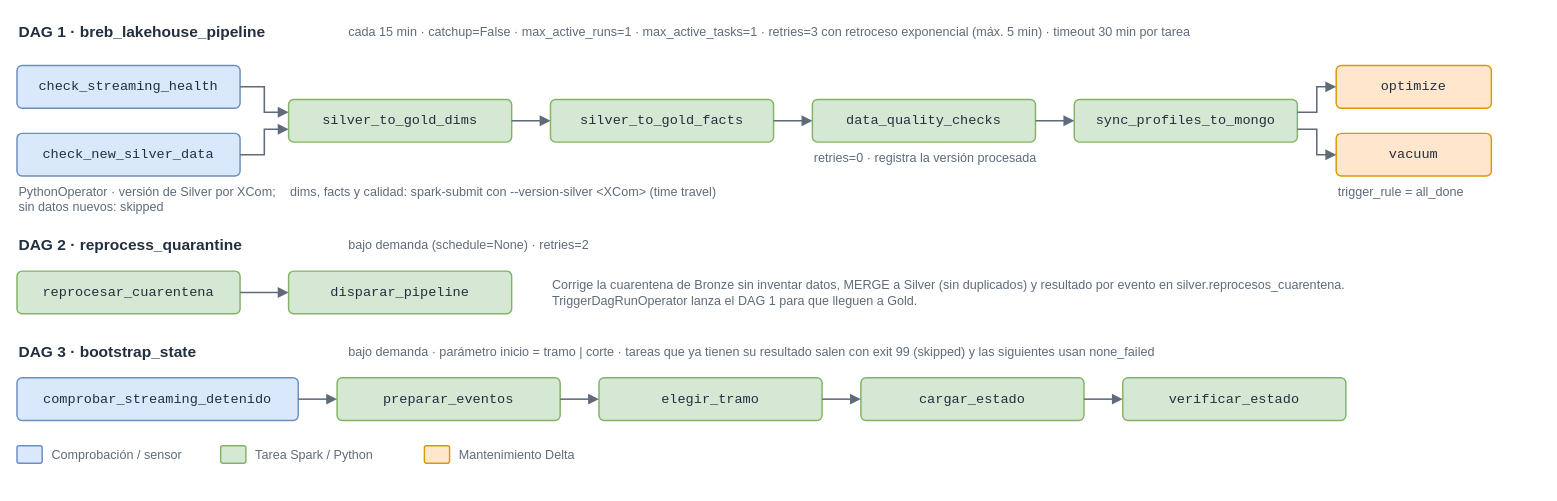
This is docs/arquitectura/dags_airflow.drawio from Sebaxdenc/breb-fraude, a draw.io file, before an edit. Source tidied: cells renumbered, new cells numbered last; positions are measured from the earlier drawing's top-left corner, leaving out a move shared by most shapes. Both pictures are drawn from the tidied source at 97%, with x=0, y=0 at pixel (16, 16).
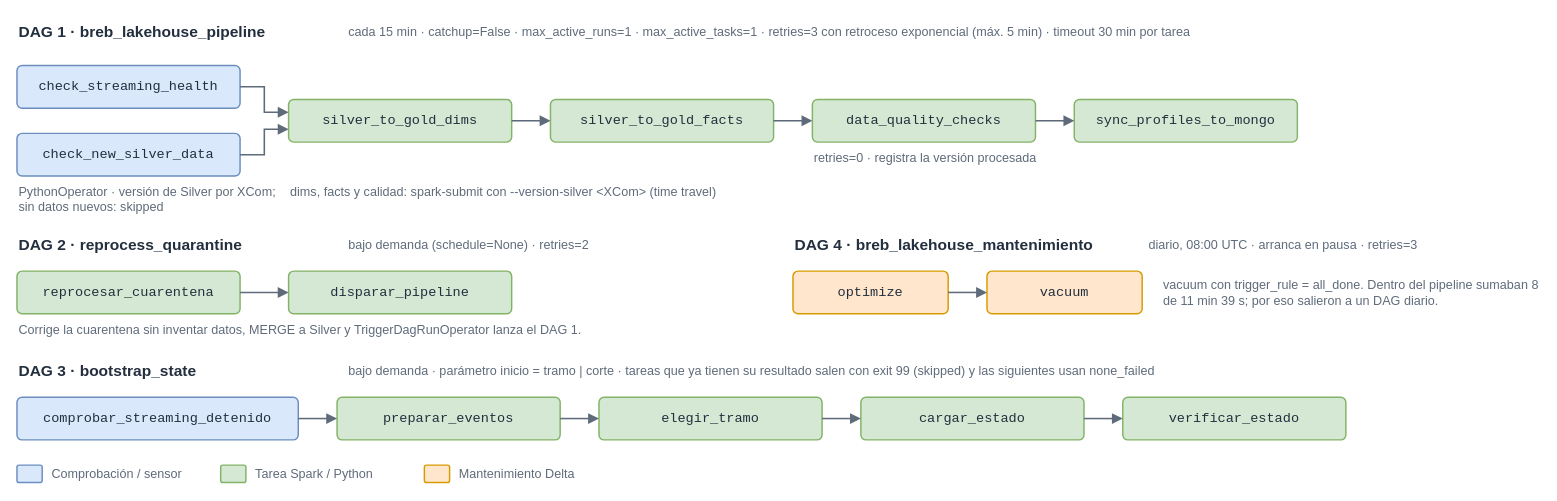
The same page after the edit.

The change refers to these unchanged cells:
```xml
<mxCell id="11" value="sync_profiles_to_mongo" style="rounded=1;arcSize=12;whiteSpace=wrap;html=1;fontFamily=Courier New;fontSize=14;fontColor=#232F3E;strokeWidth=1.5;fillColor=#D5E8D4;strokeColor=#82B366;" parent="1" vertex="1">
  <mxGeometry x="1090" y="85" width="230" height="44" as="geometry" />
</mxCell>
```

The edit, as a diff of the source:
```diff
@@
-    <mxCell id="12" value="optimize" style="rounded=1;arcSize=12;whiteSpace=wrap;html=1;fontFamily=Courier New;fontSize=14;fontColor=#232F3E;strokeWidth=1.5;fillColor=#FFE6CC;strokeColor=#D79B00;" parent="1" vertex="1">
-      <mxGeometry x="1360" y="50" width="160" height="44" as="geometry" />
-    </mxCell>
-    <mxCell id="13" value="vacuum" style="rounded=1;arcSize=12;whiteSpace=wrap;html=1;fontFamily=Courier New;fontSize=14;fontColor=#232F3E;strokeWidth=1.5;fillColor=#FFE6CC;strokeColor=#D79B00;" parent="1" vertex="1">
-      <mxGeometry x="1360" y="120" width="160" height="44" as="geometry" />
-    </mxCell>
-    <mxCell id="14" value="trigger_rule = all_done" style="text;html=1;align=left;verticalAlign=middle;fontSize=13;fontColor=#5F6B7A;fontFamily=Helvetica;whiteSpace=wrap;" parent="1" vertex="1">
-      <mxGeometry x="1360" y="168" width="200" height="24" as="geometry" />
-    </mxCell>
@@
-    <mxCell id="21" style="edgeStyle=orthogonalEdgeStyle;rounded=0;html=1;endArrow=block;endFill=1;endSize=7;strokeColor=#5F6B7A;strokeWidth=1.6;exitX=1;exitY=0.3;exitDx=0;exitDy=0;entryX=0;entryY=0.5;entryDx=0;entryDy=0;" parent="1" edge="1" source="11" target="12">
-      <mxGeometry relative="1" as="geometry" />
-    </mxCell>
-    <mxCell id="22" style="edgeStyle=orthogonalEdgeStyle;rounded=0;html=1;endArrow=block;endFill=1;endSize=7;strokeColor=#5F6B7A;strokeWidth=1.6;exitX=1;exitY=0.7;exitDx=0;exitDy=0;entryX=0;entryY=0.5;entryDx=0;entryDy=0;" parent="1" edge="1" source="11" target="13">
-      <mxGeometry relative="1" as="geometry" />
-    </mxCell>
@@
     <mxCell id="24" value="bajo demanda (schedule=None) · retries=2" style="text;html=1;align=left;verticalAlign=middle;fontSize=13;fontColor=#5F6B7A;fontFamily=Helvetica;whiteSpace=wrap;" parent="1" vertex="1">
-      <mxGeometry x="340" y="220" width="600" height="30" as="geometry" />
+      <mxGeometry x="340" y="220" width="420" height="30" as="geometry" />
     </mxCell>
@@
-    <mxCell id="27" value="Corrige la cuarentena de Bronze sin inventar datos, MERGE a Silver (sin duplicados) y resultado por evento en silver.reprocesos_cuarentena. TriggerDagRunOperator lanza el DAG 1 para que lleguen a Gold." style="text;html=1;align=left;verticalAlign=middle;fontSize=13;fontColor=#5F6B7A;fontFamily=Helvetica;whiteSpace=wrap;" parent="1" vertex="1">
-      <mxGeometry x="550" y="256" width="900" height="56" as="geometry" />
+    <mxCell id="27" value="Corrige la cuarentena sin inventar datos, MERGE a Silver y TriggerDagRunOperator lanza el DAG 1." style="text;html=1;align=left;verticalAlign=middle;fontSize=13;fontColor=#5F6B7A;fontFamily=Helvetica;whiteSpace=wrap;" parent="1" vertex="1">
+      <mxGeometry y="310" width="760" height="24" as="geometry" />
     </mxCell>
+    <mxCell id="46" value="DAG 4 · breb_lakehouse_mantenimiento" style="text;html=1;align=left;verticalAlign=middle;fontSize=16;fontStyle=1;fontColor=#232F3E;fontFamily=Helvetica;" parent="1" vertex="1">
+      <mxGeometry x="800" y="220" width="360" height="30" as="geometry" />
+    </mxCell>
+    <mxCell id="47" value="diario, 08:00 UTC · arranca en pausa · retries=3" style="text;html=1;align=left;verticalAlign=middle;fontSize=13;fontColor=#5F6B7A;fontFamily=Helvetica;whiteSpace=wrap;" parent="1" vertex="1">
+      <mxGeometry x="1165" y="220" width="400" height="30" as="geometry" />
+    </mxCell>
+    <mxCell id="12" value="optimize" style="rounded=1;arcSize=12;whiteSpace=wrap;html=1;fontFamily=Courier New;fontSize=14;fontColor=#232F3E;strokeWidth=1.5;fillColor=#FFE6CC;strokeColor=#D79B00;" parent="1" vertex="1">
+      <mxGeometry x="800" y="262" width="160" height="44" as="geometry" />
+    </mxCell>
+    <mxCell id="13" value="vacuum" style="rounded=1;arcSize=12;whiteSpace=wrap;html=1;fontFamily=Courier New;fontSize=14;fontColor=#232F3E;strokeWidth=1.5;fillColor=#FFE6CC;strokeColor=#D79B00;" parent="1" vertex="1">
+      <mxGeometry x="1000" y="262" width="160" height="44" as="geometry" />
+    </mxCell>
+    <mxCell id="48" value="vacuum con trigger_rule = all_done. Dentro del pipeline sumaban 8 de 11 min 39 s; por eso salieron a un DAG diario." style="text;html=1;align=left;verticalAlign=middle;fontSize=13;fontColor=#5F6B7A;fontFamily=Helvetica;whiteSpace=wrap;" parent="1" vertex="1">
+      <mxGeometry x="1180" y="256" width="390" height="56" as="geometry" />
+    </mxCell>
+    <mxCell id="49" style="edgeStyle=orthogonalEdgeStyle;rounded=0;html=1;endArrow=block;endFill=1;endSize=7;strokeColor=#5F6B7A;strokeWidth=1.6;exitX=1;exitY=0.5;exitDx=0;exitDy=0;entryX=0;entryY=0.5;entryDx=0;entryDy=0;" parent="1" edge="1" source="12" target="13">
+      <mxGeometry relative="1" as="geometry" />
+    </mxCell>
@@
     <mxCell id="29" value="DAG 3 · bootstrap_state" style="text;html=1;align=left;verticalAlign=middle;fontSize=16;fontStyle=1;fontColor=#232F3E;fontFamily=Helvetica;" parent="1" vertex="1">
-      <mxGeometry y="330" width="330" height="30" as="geometry" />
+      <mxGeometry y="350" width="330" height="30" as="geometry" />
     </mxCell>
     <mxCell id="30" value="bajo demanda · parámetro inicio = tramo | corte · tareas que ya tienen su resultado salen con exit 99 (skipped) y las siguientes usan none_failed" style="text;html=1;align=left;verticalAlign=middle;fontSize=13;fontColor=#5F6B7A;fontFamily=Helvetica;whiteSpace=wrap;" parent="1" vertex="1">
-      <mxGeometry x="340" y="330" width="1200" height="30" as="geometry" />
+      <mxGeometry x="340" y="350" width="1200" height="30" as="geometry" />
     </mxCell>
     <mxCell id="31" value="comprobar_streaming_detenido" style="rounded=1;arcSize=12;whiteSpace=wrap;html=1;fontFamily=Courier New;fontSize=14;fontColor=#232F3E;strokeWidth=1.5;fillColor=#DAE8FC;strokeColor=#6C8EBF;" parent="1" vertex="1">
-      <mxGeometry y="372" width="290" height="44" as="geometry" />
+      <mxGeometry y="392" width="290" height="44" as="geometry" />
     </mxCell>
     <mxCell id="32" value="preparar_eventos" style="rounded=1;arcSize=12;whiteSpace=wrap;html=1;fontFamily=Courier New;fontSize=14;fontColor=#232F3E;strokeWidth=1.5;fillColor=#D5E8D4;strokeColor=#82B366;" parent="1" vertex="1">
-      <mxGeometry x="330" y="372" width="230" height="44" as="geometry" />
+      <mxGeometry x="330" y="392" width="230" height="44" as="geometry" />
     </mxCell>
     <mxCell id="33" value="elegir_tramo" style="rounded=1;arcSize=12;whiteSpace=wrap;html=1;fontFamily=Courier New;fontSize=14;fontColor=#232F3E;strokeWidth=1.5;fillColor=#D5E8D4;strokeColor=#82B366;" parent="1" vertex="1">
-      <mxGeometry x="600" y="372" width="230" height="44" as="geometry" />
+      <mxGeometry x="600" y="392" width="230" height="44" as="geometry" />
     </mxCell>
     <mxCell id="34" value="cargar_estado" style="rounded=1;arcSize=12;whiteSpace=wrap;html=1;fontFamily=Courier New;fontSize=14;fontColor=#232F3E;strokeWidth=1.5;fillColor=#D5E8D4;strokeColor=#82B366;" parent="1" vertex="1">
-      <mxGeometry x="870" y="372" width="230" height="44" as="geometry" />
+      <mxGeometry x="870" y="392" width="230" height="44" as="geometry" />
     </mxCell>
     <mxCell id="35" value="verificar_estado" style="rounded=1;arcSize=12;whiteSpace=wrap;html=1;fontFamily=Courier New;fontSize=14;fontColor=#232F3E;strokeWidth=1.5;fillColor=#D5E8D4;strokeColor=#82B366;" parent="1" vertex="1">
-      <mxGeometry x="1140" y="372" width="230" height="44" as="geometry" />
+      <mxGeometry x="1140" y="392" width="230" height="44" as="geometry" />
     </mxCell>
@@
     <mxCell id="40" style="rounded=1;arcSize=12;whiteSpace=wrap;html=1;fontFamily=Courier New;fontSize=11;fontColor=#232F3E;strokeWidth=1.5;fillColor=#DAE8FC;strokeColor=#6C8EBF;" parent="1" vertex="1">
-      <mxGeometry y="442" width="26" height="18" as="geometry" />
+      <mxGeometry y="462" width="26" height="18" as="geometry" />
     </mxCell>
     <mxCell id="41" value="Comprobación / sensor" style="text;html=1;align=left;verticalAlign=middle;fontSize=13;fontColor=#5F6B7A;fontFamily=Helvetica;whiteSpace=wrap;" parent="1" vertex="1">
-      <mxGeometry x="34" y="440" width="170" height="22" as="geometry" />
+      <mxGeometry x="34" y="460" width="170" height="22" as="geometry" />
     </mxCell>
     <mxCell id="42" style="rounded=1;arcSize=12;whiteSpace=wrap;html=1;fontFamily=Courier New;fontSize=14;fontColor=#232F3E;strokeWidth=1.5;fillColor=#D5E8D4;strokeColor=#82B366;" parent="1" vertex="1">
-      <mxGeometry x="210" y="442" width="26" height="18" as="geometry" />
+      <mxGeometry x="210" y="462" width="26" height="18" as="geometry" />
     </mxCell>
     <mxCell id="43" value="Tarea Spark / Python" style="text;html=1;align=left;verticalAlign=middle;fontSize=13;fontColor=#5F6B7A;fontFamily=Helvetica;whiteSpace=wrap;" parent="1" vertex="1">
-      <mxGeometry x="244" y="440" width="170" height="22" as="geometry" />
+      <mxGeometry x="244" y="460" width="170" height="22" as="geometry" />
     </mxCell>
     <mxCell id="44" style="rounded=1;arcSize=12;whiteSpace=wrap;html=1;fontFamily=Courier New;fontSize=14;fontColor=#232F3E;strokeWidth=1.5;fillColor=#FFE6CC;strokeColor=#D79B00;" parent="1" vertex="1">
-      <mxGeometry x="420" y="442" width="26" height="18" as="geometry" />
+      <mxGeometry x="420" y="462" width="26" height="18" as="geometry" />
     </mxCell>
     <mxCell id="45" value="Mantenimiento Delta" style="text;html=1;align=left;verticalAlign=middle;fontSize=13;fontColor=#5F6B7A;fontFamily=Helvetica;whiteSpace=wrap;" parent="1" vertex="1">
-      <mxGeometry x="454" y="440" width="170" height="22" as="geometry" />
+      <mxGeometry x="454" y="460" width="170" height="22" as="geometry" />
     </mxCell>
```
